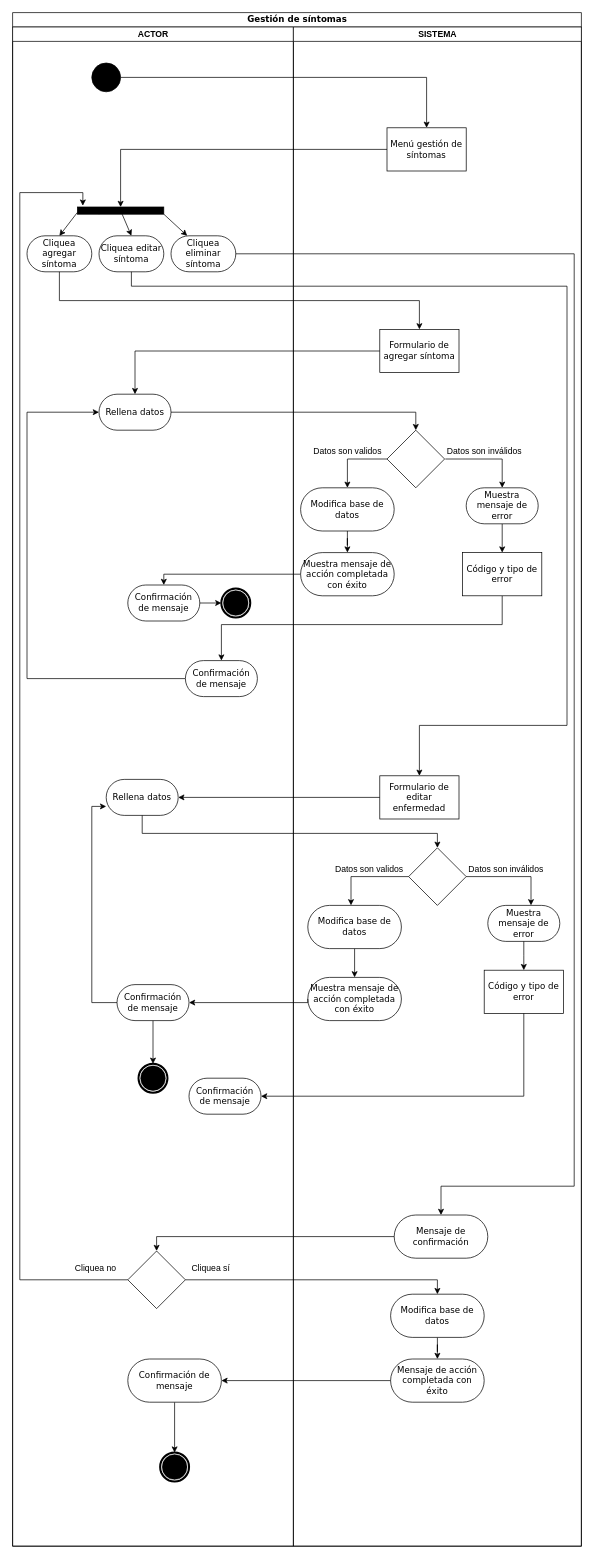
This is page "GS" (2 of 3) of MET/Gestion de enfermedades.drawio from NeutronBlast/IS-Ex, a draw.io file, before an edit. Source tidied: cells renumbered, new cells numbered last; positions are measured from the earlier drawing's top-left corner, leaving out a move shared by most shapes. Both pictures are drawn from the tidied source at 72%, with x=0, y=0 at pixel (12, 12).
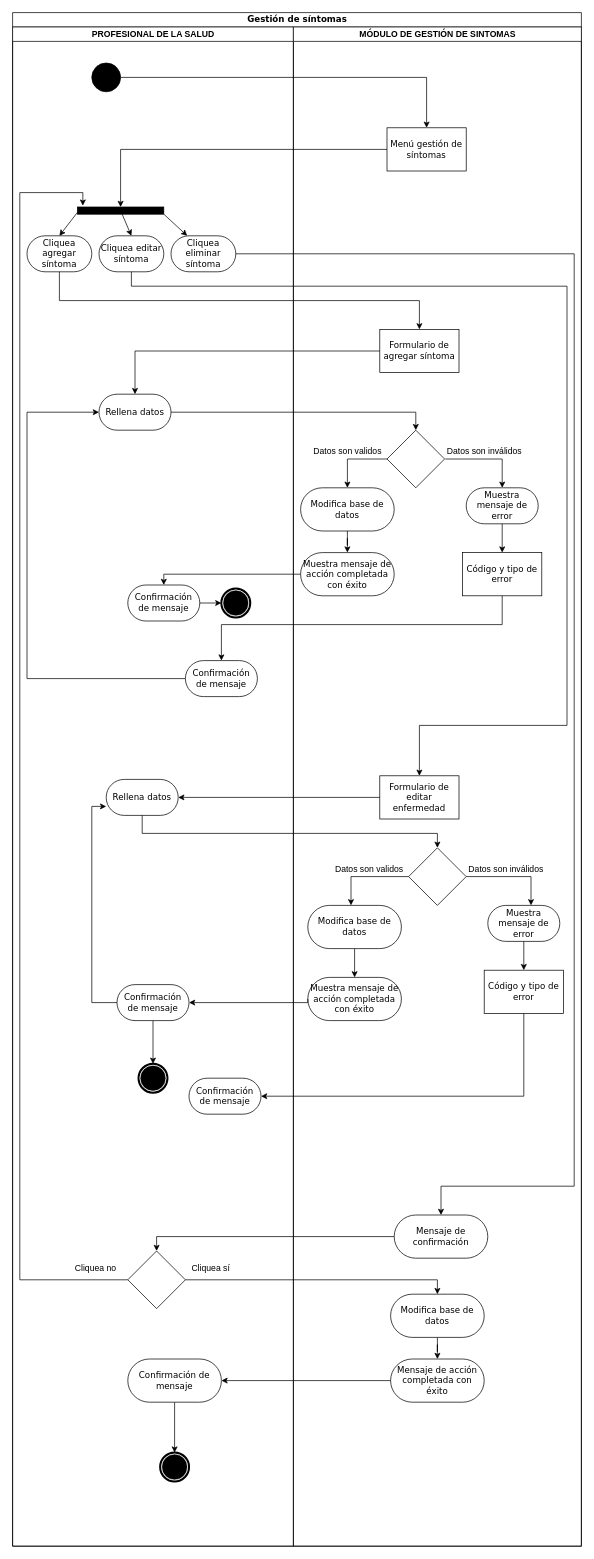
The same page after the edit.

Unchanged cells that the change refers to:
```xml
<mxCell id="2" value="Gestión de síntomas" style="swimlane;html=1;startSize=20;rounded=0;shadow=0;comic=0;labelBackgroundColor=none;strokeWidth=1;fontFamily=Verdana;fontSize=12;align=center;" parent="1" vertex="1">
  <mxGeometry width="790" height="2130" as="geometry" />
</mxCell>
```

What changed in the source:
```diff
@@
-    <mxCell id="3" value="ACTOR" style="swimlane;html=1;startSize=20;" parent="2" vertex="1">
+    <mxCell id="3" value="PROFESIONAL DE LA SALUD" style="swimlane;html=1;startSize=20;" parent="2" vertex="1">
       <mxGeometry y="20" width="390" height="2110" as="geometry" />
     </mxCell>
@@
-    <mxCell id="35" value="SISTEMA" style="swimlane;html=1;startSize=20;" parent="2" vertex="1">
+    <mxCell id="35" value="MÓDULO DE GESTIÓN DE SINTOMAS" style="swimlane;html=1;startSize=20;" parent="2" vertex="1">
       <mxGeometry x="390" y="20" width="400" height="2110" as="geometry" />
     </mxCell>
```
